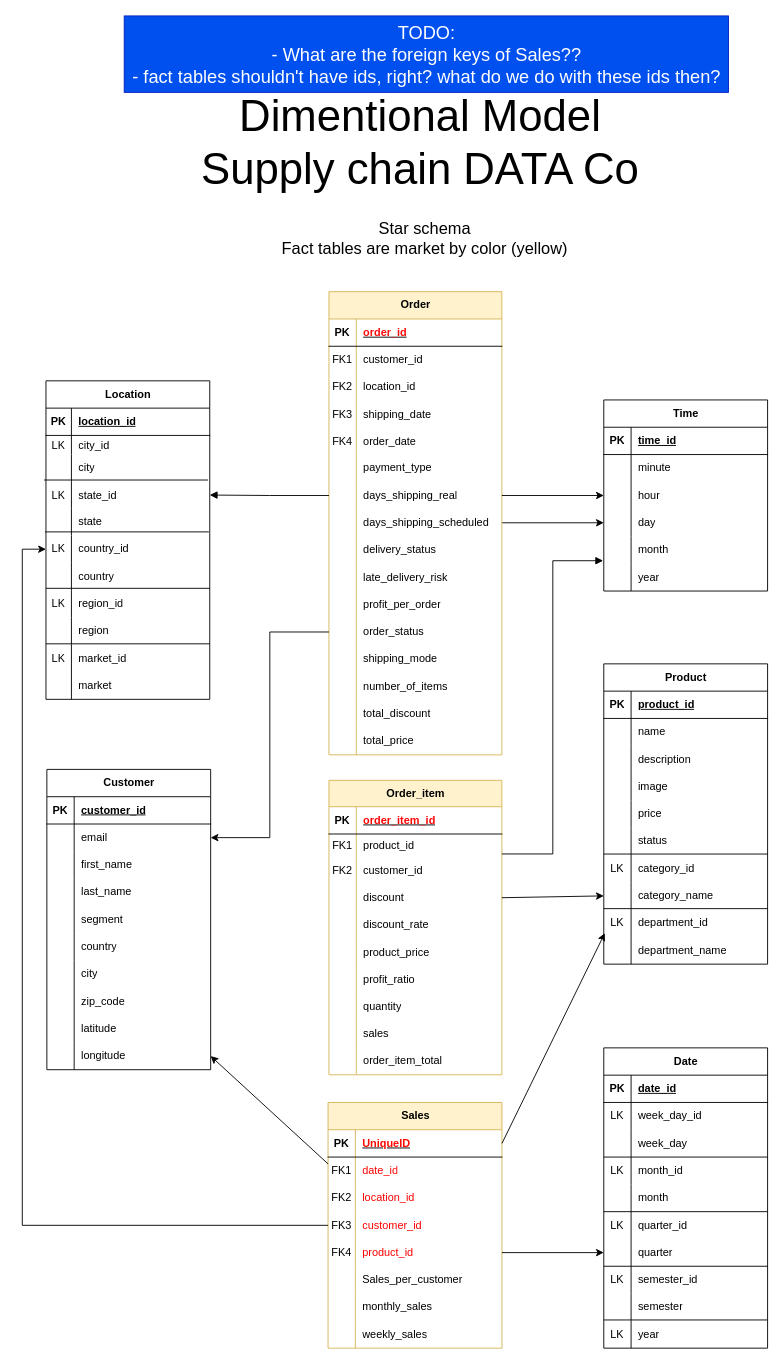
crdsteixeira/DW_project keeps this draw.io diagram as Model-designs/dimentional.drawio. Above is the earlier version. Source tidied: cells renumbered, new cells numbered last; positions are measured from the earlier drawing's top-left corner, leaving out a move shared by most shapes. Both pictures are drawn from the tidied source at 91%, with x=0, y=0 at pixel (22, 15).
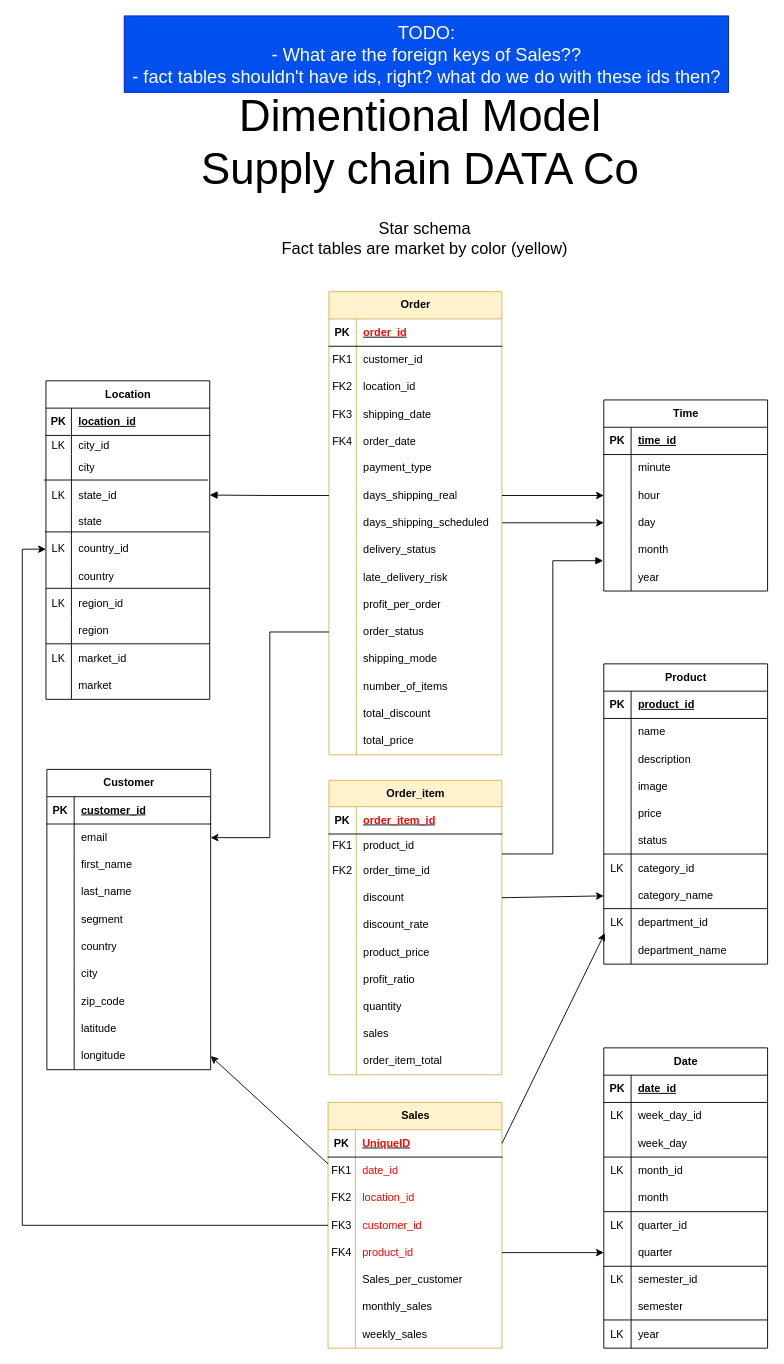
Above is the later version.

The change refers to these unchanged cells:
```xml
<mxCell id="59" style="shape=tableRow;horizontal=0;startSize=0;swimlaneHead=0;swimlaneBody=0;fillColor=none;top=0;left=0;right=0;bottom=0;" parent="52" vertex="1">
  <mxGeometry y="84" width="190" height="30" as="geometry" />
</mxCell>
```

What changed in the source:
```diff
@@
-    <mxCell id="61" value="customer_id" style="shape=partialRectangle;fillColor=none;top=0;left=0;bottom=0;right=0;align=left;spacingLeft=6;overflow=hidden;whiteSpace=wrap;html=1;" parent="59" vertex="1">
+    <mxCell id="61" value="order_time_id" style="shape=partialRectangle;fillColor=none;top=0;left=0;bottom=0;right=0;align=left;spacingLeft=6;overflow=hidden;whiteSpace=wrap;html=1;" parent="59" vertex="1">
       <mxGeometry x="30" width="160" height="30" as="geometry" />
     </mxCell>
```
